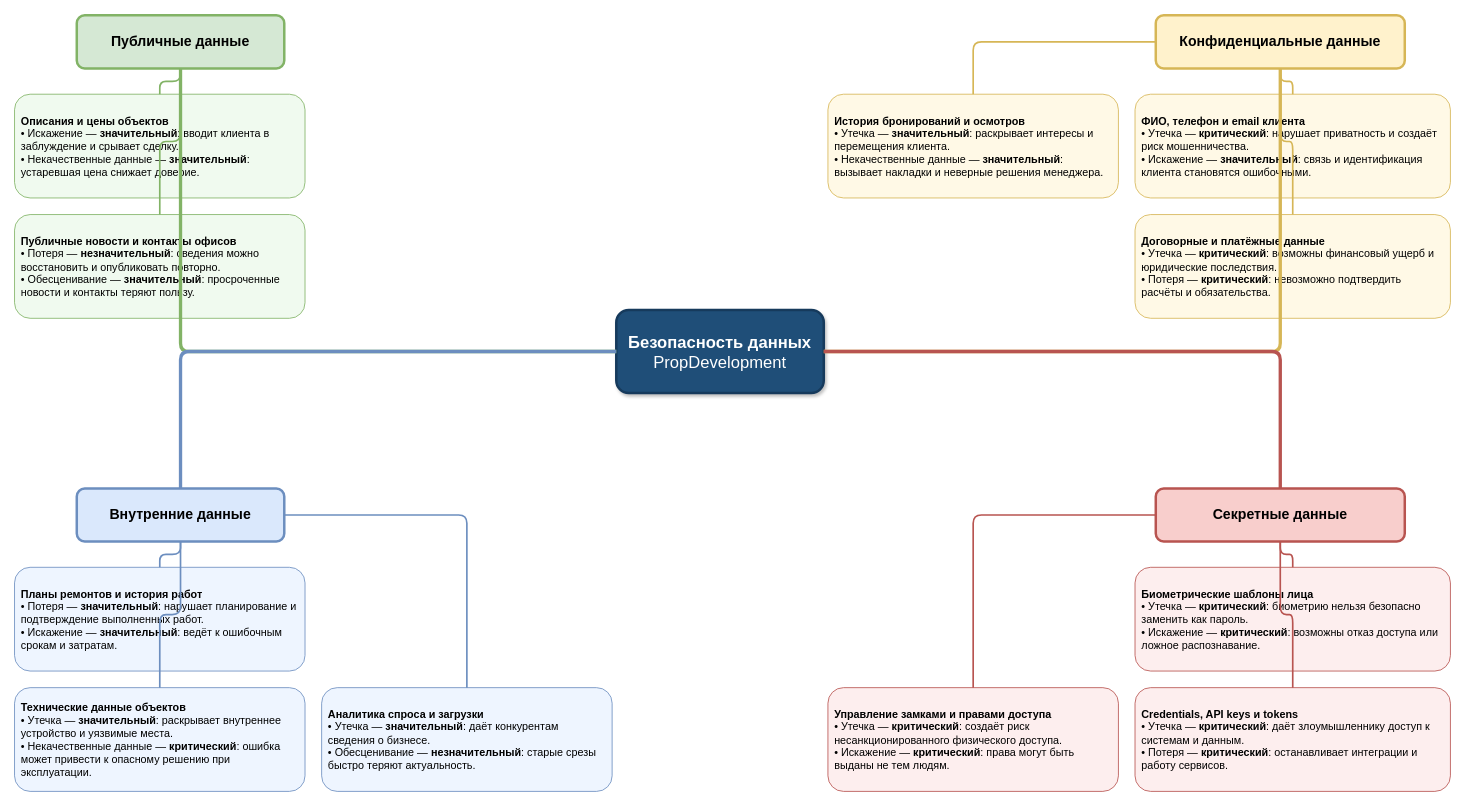
Before: Task1/data-security-mindmap.drawio in talasbekov/architecture-pro-propdevelopment, a draw.io diagram. Source tidied: cells renumbered, new cells numbered last; positions are measured from the earlier drawing's top-left corner, leaving out a move shared by most shapes. Both pictures are drawn from the tidied source at 83%, with x=0, y=0 at pixel (14, 15).
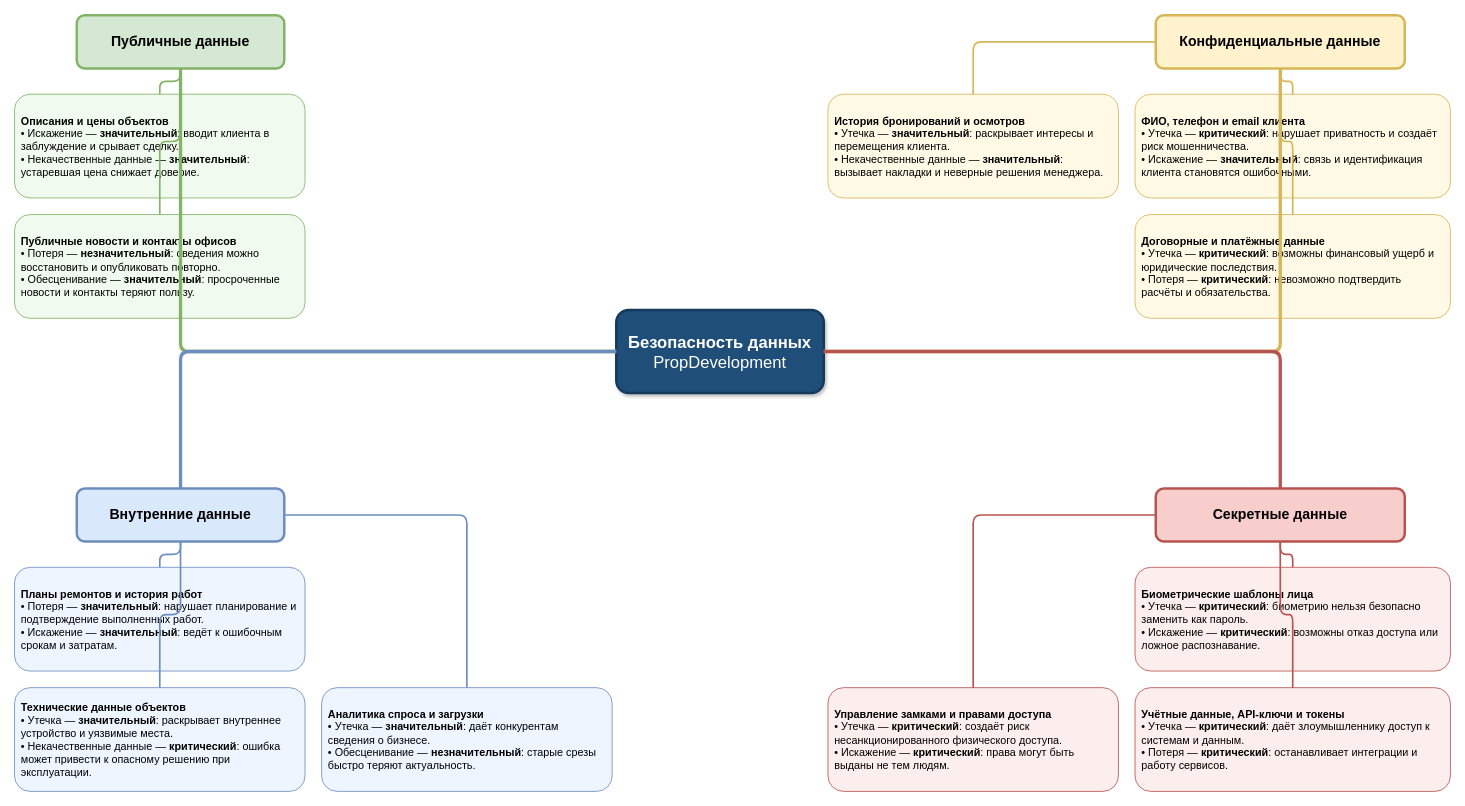
After the change.

Commit message:
fix: localize credential data label

Diff of the diagram source:
```diff
@@
-    <mxCell id="16" value="&lt;b&gt;Credentials, API keys и tokens&lt;/b&gt;&lt;br&gt;• Утечка — &lt;b&gt;критический&lt;/b&gt;: даёт злоумышленнику доступ к системам и данным.&lt;br&gt;• Потеря — &lt;b&gt;критический&lt;/b&gt;: останавливает интеграции и работу сервисов." style="rounded=1;whiteSpace=wrap;html=1;fillColor=#FDEEEE;strokeColor=#B85450;fontSize=13;spacing=8;align=left;verticalAlign=middle;" parent="1" vertex="1">
+    <mxCell id="16" value="&lt;b&gt;Учётные данные, API-ключи и токены&lt;/b&gt;&lt;br&gt;• Утечка — &lt;b&gt;критический&lt;/b&gt;: даёт злоумышленнику доступ к системам и данным.&lt;br&gt;• Потеря — &lt;b&gt;критический&lt;/b&gt;: останавливает интеграции и работу сервисов." style="rounded=1;whiteSpace=wrap;html=1;fillColor=#FDEEEE;strokeColor=#B85450;fontSize=13;spacing=8;align=left;verticalAlign=middle;" parent="1" vertex="1">
       <mxGeometry x="1350" y="810" width="380" height="125" as="geometry" />
     </mxCell>
```
